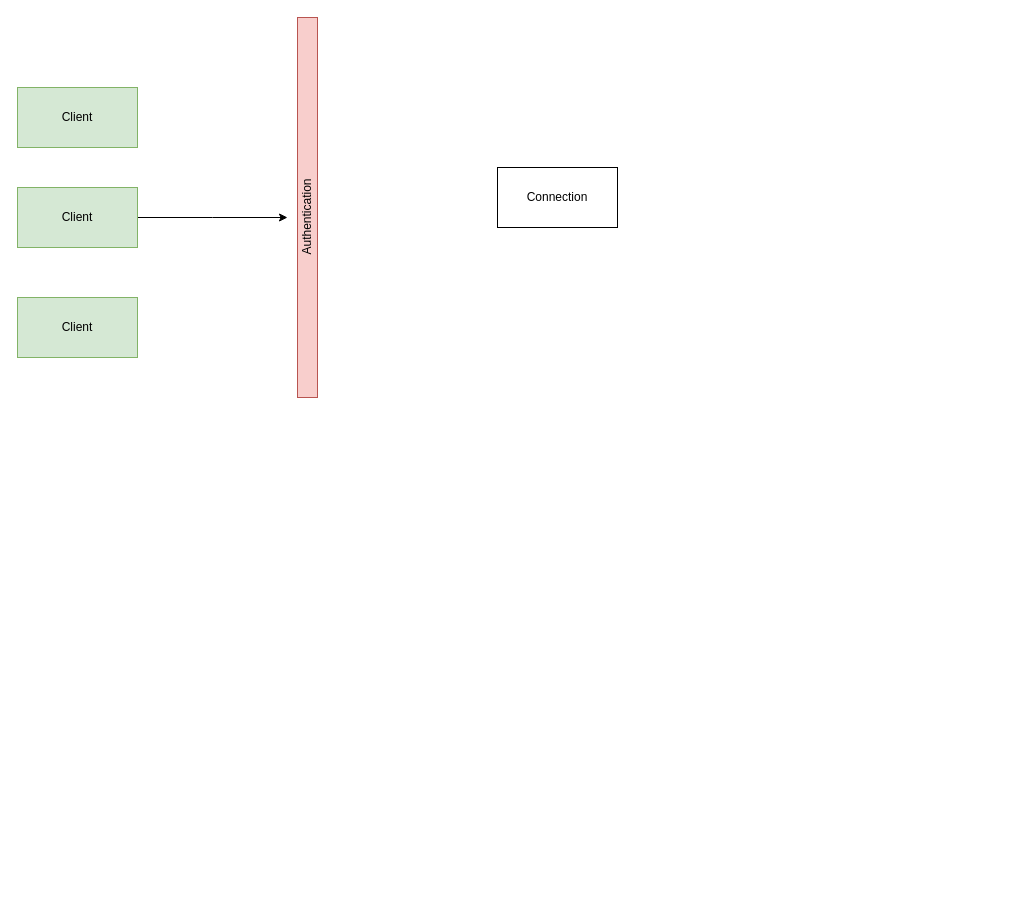
This is WAS Working.drawio from Leadsales/drawio, a draw.io file, before an edit. Source tidied: cells renumbered, new cells numbered last; positions are measured from the earlier drawing's top-left corner, leaving out a move shared by most shapes. Both pictures are drawn from the tidied source at 100%, with x=0, y=0 at pixel (17, 17).
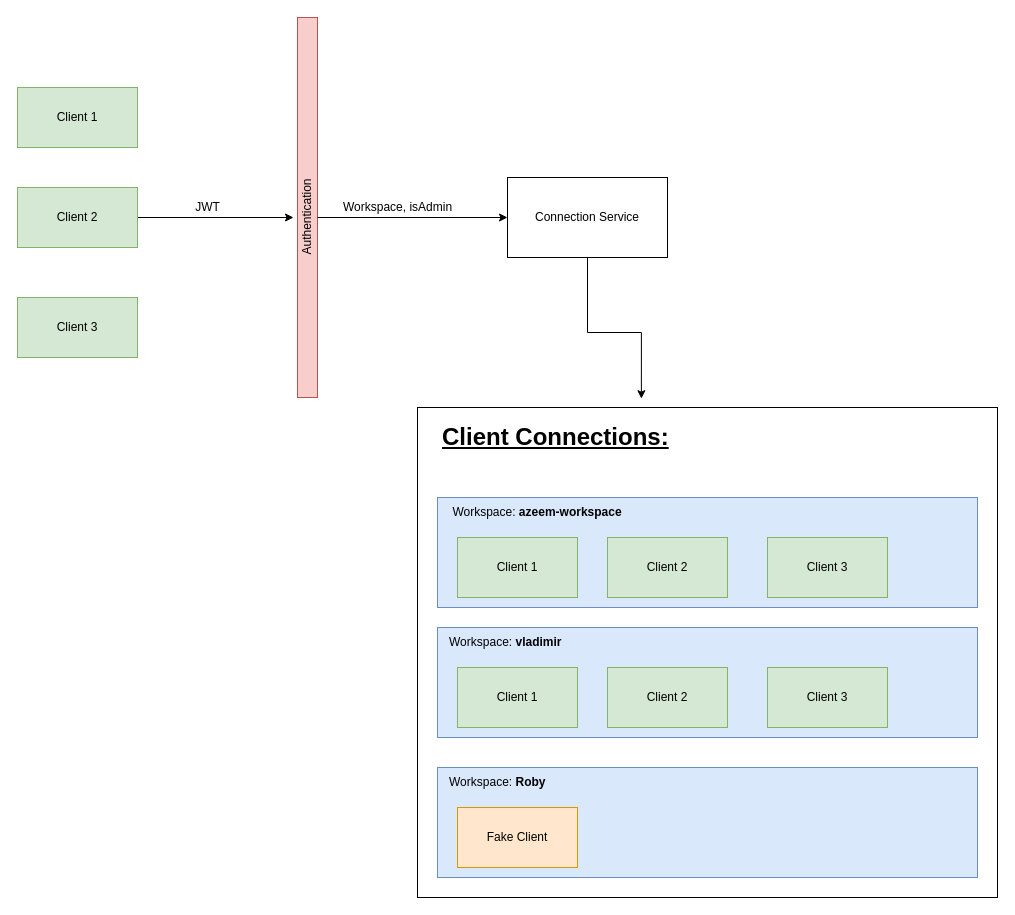
The same page after the edit.

Unchanged cells that the change refers to:
```xml
<mxCell id="7" value="Authentication" style="text;html=1;align=center;verticalAlign=middle;points=[];strokeColor=none;fillColor=none;rotation=-90;" parent="1" vertex="1">
  <mxGeometry x="245" y="190" width="90" height="20" as="geometry" />
</mxCell>
```

What changed in the source:
```diff
@@
+    <mxCell id="9" style="rounded=0;whiteSpace=wrap;html=1;" parent="1" vertex="1">
+      <mxGeometry x="400" y="390" width="580" height="490" as="geometry" />
+    </mxCell>
-    <mxCell id="2" value="Client" style="rounded=0;whiteSpace=wrap;html=1;fillColor=#d5e8d4;strokeColor=#82b366;" parent="1" vertex="1">
+    <mxCell id="2" value="Client 1" style="rounded=0;whiteSpace=wrap;html=1;fillColor=#d5e8d4;strokeColor=#82b366;" parent="1" vertex="1">
       <mxGeometry y="70" width="120" height="60" as="geometry" />
     </mxCell>
-    <mxCell id="3" style="edgeStyle=orthogonalEdgeStyle;rounded=0;jettySize=auto;html=1;" parent="1" edge="1" source="4">
-      <mxGeometry relative="1" as="geometry">
-        <mxPoint x="270" y="200" as="targetPoint" />
-      </mxGeometry>
-    </mxCell>
+    <mxCell id="10" style="edgeStyle=orthogonalEdgeStyle;rounded=0;jettySize=auto;html=1;entryX=0.5;entryY=-0.2;entryDx=0;entryDy=0;entryPerimeter=0;" parent="1" edge="1" source="4" target="7">
+      <mxGeometry relative="1" as="geometry" />
+    </mxCell>
-    <mxCell id="4" value="Client" style="rounded=0;whiteSpace=wrap;html=1;fillColor=#d5e8d4;strokeColor=#82b366;" parent="1" vertex="1">
+    <mxCell id="4" value="Client 2" style="rounded=0;whiteSpace=wrap;html=1;fillColor=#d5e8d4;strokeColor=#82b366;" parent="1" vertex="1">
       <mxGeometry y="170" width="120" height="60" as="geometry" />
     </mxCell>
-    <mxCell id="5" value="Client" style="rounded=0;whiteSpace=wrap;html=1;fillColor=#d5e8d4;strokeColor=#82b366;" parent="1" vertex="1">
+    <mxCell id="5" value="Client 3" style="rounded=0;whiteSpace=wrap;html=1;fillColor=#d5e8d4;strokeColor=#82b366;" parent="1" vertex="1">
       <mxGeometry y="280" width="120" height="60" as="geometry" />
     </mxCell>
@@
+    <mxCell id="11" style="edgeStyle=orthogonalEdgeStyle;rounded=0;jettySize=auto;html=1;entryX=0;entryY=0.5;entryDx=0;entryDy=0;" parent="1" edge="1" source="7" target="8">
+      <mxGeometry relative="1" as="geometry" />
+    </mxCell>
@@
+    <mxCell id="12" style="edgeStyle=orthogonalEdgeStyle;rounded=0;jettySize=auto;html=1;entryX=0.386;entryY=-0.018;entryDx=0;entryDy=0;entryPerimeter=0;" parent="1" edge="1" source="8" target="9">
+      <mxGeometry relative="1" as="geometry" />
+    </mxCell>
-    <mxCell id="8" value="Connection" style="rounded=0;whiteSpace=wrap;html=1;" parent="1" vertex="1">
-      <mxGeometry x="480" y="150" width="120" height="60" as="geometry" />
+    <mxCell id="8" value="Connection Service" style="rounded=0;whiteSpace=wrap;html=1;" parent="1" vertex="1">
+      <mxGeometry x="490" y="160" width="160" height="80" as="geometry" />
     </mxCell>
+    <mxCell id="13" value="JWT" style="text;html=1;align=center;verticalAlign=middle;strokeColor=none;fillColor=none;" parent="1" vertex="1">
+      <mxGeometry x="170" y="180" width="40" height="20" as="geometry" />
+    </mxCell>
+    <mxCell id="14" value="Workspace, isAdmin" style="text;html=1;align=center;verticalAlign=middle;strokeColor=none;fillColor=none;" parent="1" vertex="1">
+      <mxGeometry x="320" y="180" width="120" height="20" as="geometry" />
+    </mxCell>
+    <mxCell id="15" style="rounded=0;whiteSpace=wrap;html=1;fillColor=#dae8fc;strokeColor=#6c8ebf;" parent="1" vertex="1">
+      <mxGeometry x="420" y="480" width="540" height="110" as="geometry" />
+    </mxCell>
+    <mxCell id="16" value="Workspace: &lt;b style=&quot;&quot;&gt;azeem-workspace&lt;/b&gt;" style="text;html=1;strokeColor=none;fillColor=none;align=center;verticalAlign=middle;whiteSpace=wrap;rounded=0;" parent="1" vertex="1">
+      <mxGeometry x="420" y="480" width="200" height="30" as="geometry" />
+    </mxCell>
+    <mxCell id="17" value="Client 1" style="rounded=0;whiteSpace=wrap;html=1;fillColor=#d5e8d4;strokeColor=#82b366;" parent="1" vertex="1">
+      <mxGeometry x="440" y="520" width="120" height="60" as="geometry" />
+    </mxCell>
+    <mxCell id="18" value="Client 2" style="rounded=0;whiteSpace=wrap;html=1;fillColor=#d5e8d4;strokeColor=#82b366;" parent="1" vertex="1">
+      <mxGeometry x="590" y="520" width="120" height="60" as="geometry" />
+    </mxCell>
+    <mxCell id="19" value="Client 3" style="rounded=0;whiteSpace=wrap;html=1;fillColor=#d5e8d4;strokeColor=#82b366;" parent="1" vertex="1">
+      <mxGeometry x="750" y="520" width="120" height="60" as="geometry" />
+    </mxCell>
+    <mxCell id="20" style="rounded=0;whiteSpace=wrap;html=1;fillColor=#dae8fc;strokeColor=#6c8ebf;" parent="1" vertex="1">
+      <mxGeometry x="420" y="610" width="540" height="110" as="geometry" />
+    </mxCell>
+    <mxCell id="21" value="Workspace: &lt;b&gt;vladimir&lt;/b&gt;" style="text;html=1;strokeColor=none;fillColor=none;align=left;verticalAlign=middle;whiteSpace=wrap;rounded=0;" parent="1" vertex="1">
+      <mxGeometry x="430" y="610" width="190" height="30" as="geometry" />
+    </mxCell>
+    <mxCell id="22" value="Client 1" style="rounded=0;whiteSpace=wrap;html=1;fillColor=#d5e8d4;strokeColor=#82b366;" parent="1" vertex="1">
+      <mxGeometry x="440" y="650" width="120" height="60" as="geometry" />
+    </mxCell>
+    <mxCell id="23" value="Client 2" style="rounded=0;whiteSpace=wrap;html=1;fillColor=#d5e8d4;strokeColor=#82b366;" parent="1" vertex="1">
+      <mxGeometry x="590" y="650" width="120" height="60" as="geometry" />
+    </mxCell>
+    <mxCell id="24" value="Client 3" style="rounded=0;whiteSpace=wrap;html=1;fillColor=#d5e8d4;strokeColor=#82b366;" parent="1" vertex="1">
+      <mxGeometry x="750" y="650" width="120" height="60" as="geometry" />
+    </mxCell>
+    <mxCell id="25" style="rounded=0;whiteSpace=wrap;html=1;fillColor=#dae8fc;strokeColor=#6c8ebf;" parent="1" vertex="1">
+      <mxGeometry x="420" y="750" width="540" height="110" as="geometry" />
+    </mxCell>
+    <mxCell id="26" value="Workspace: &lt;b&gt;Roby&lt;/b&gt;" style="text;html=1;strokeColor=none;fillColor=none;align=left;verticalAlign=middle;whiteSpace=wrap;rounded=0;" parent="1" vertex="1">
+      <mxGeometry x="430" y="750" width="190" height="30" as="geometry" />
+    </mxCell>
+    <mxCell id="27" value="Fake Client" style="rounded=0;whiteSpace=wrap;html=1;fillColor=#ffe6cc;strokeColor=#d79b00;" parent="1" vertex="1">
+      <mxGeometry x="440" y="790" width="120" height="60" as="geometry" />
+    </mxCell>
+    <mxCell id="28" value="&lt;h1&gt;&lt;u&gt;Client Connections:&lt;/u&gt;&lt;/h1&gt;" style="text;html=1;strokeColor=none;fillColor=none;spacing=5;spacingTop=-20;whiteSpace=wrap;overflow=hidden;rounded=0;" parent="1" vertex="1">
+      <mxGeometry x="420" y="400" width="250" height="40" as="geometry" />
+    </mxCell>
```
